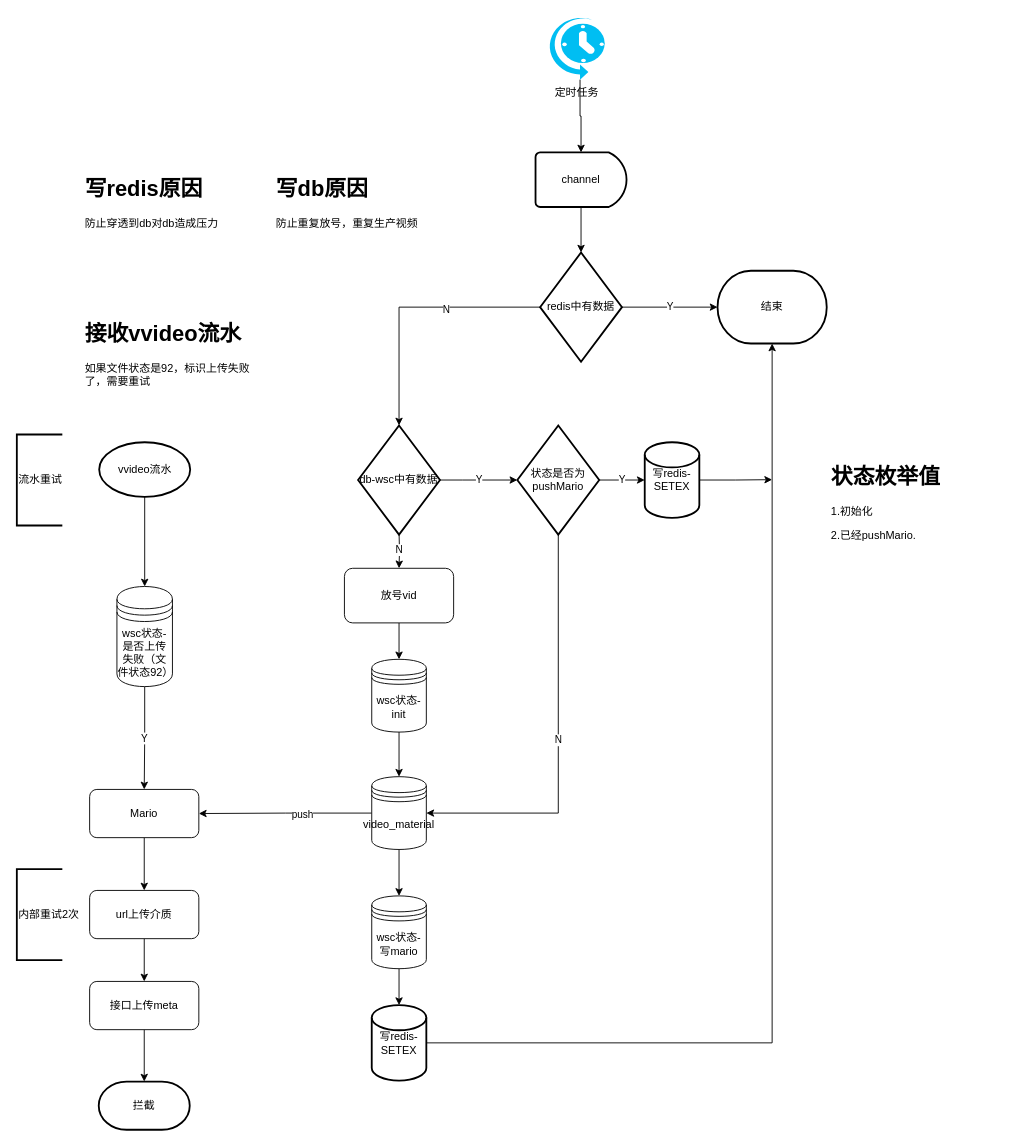
lixiangdaqian/diagrams keeps this draw.io diagram as WSC迁移.drawio. Above is the earlier version. Source tidied: cells renumbered, new cells numbered last; positions are measured from the earlier drawing's top-left corner, leaving out a move shared by most shapes. Both pictures are drawn from the tidied source at 91%, with x=0, y=0 at pixel (16, 15).
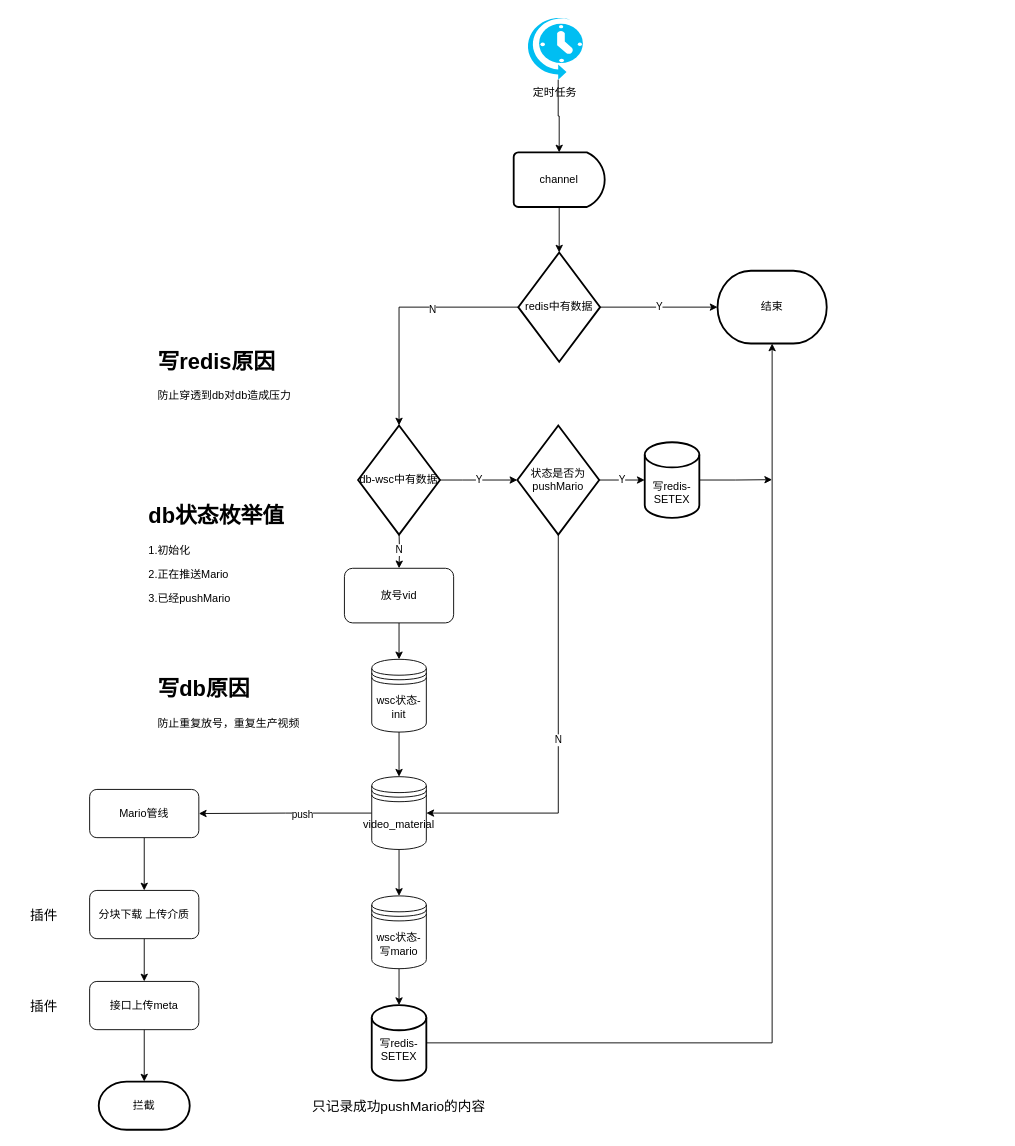
After the change.

Change to the diagram source:
```diff
@@
     <mxCell id="3" value="定时任务" style="verticalLabelPosition=bottom;html=1;verticalAlign=top;align=center;strokeColor=none;fillColor=#00BEF2;shape=mxgraph.azure.scheduler;" parent="1" vertex="1">
-      <mxGeometry x="583" width="63" height="70" as="geometry" />
+      <mxGeometry x="559" width="63" height="70" as="geometry" />
     </mxCell>
@@
-    <mxCell id="14" value="Mario" style="rounded=1;whiteSpace=wrap;html=1;" parent="1" vertex="1">
+    <mxCell id="14" value="Mario管线" style="rounded=1;whiteSpace=wrap;html=1;" parent="1" vertex="1">
       <mxGeometry x="80" y="850" width="120" height="53" as="geometry" />
     </mxCell>
@@
-    <mxCell id="16" value="写redis-SETEX" style="strokeWidth=2;html=1;shape=mxgraph.flowchart.database;whiteSpace=wrap;" parent="1" vertex="1">
+    <mxCell id="16" value="&lt;br&gt;写redis-SETEX" style="strokeWidth=2;html=1;shape=mxgraph.flowchart.database;whiteSpace=wrap;" parent="1" vertex="1">
       <mxGeometry x="390" y="1087" width="60" height="83" as="geometry" />
     </mxCell>
@@
-    <mxCell id="20" value="url上传介质" style="rounded=1;whiteSpace=wrap;html=1;" parent="1" vertex="1">
+    <mxCell id="20" value="分块下载 上传介质" style="rounded=1;whiteSpace=wrap;html=1;" parent="1" vertex="1">
       <mxGeometry x="80" y="961" width="120" height="53" as="geometry" />
     </mxCell>
@@
     <mxCell id="28" value="redis中有数据" style="strokeWidth=2;html=1;shape=mxgraph.flowchart.decision;whiteSpace=wrap;" parent="1" vertex="1">
-      <mxGeometry x="575" y="260" width="90" height="120" as="geometry" />
+      <mxGeometry x="551" y="260" width="90" height="120" as="geometry" />
     </mxCell>
@@
-    <mxCell id="35" value="写redis-SETEX" style="strokeWidth=2;html=1;shape=mxgraph.flowchart.database;whiteSpace=wrap;" parent="1" vertex="1">
+    <mxCell id="35" value="&lt;br&gt;&lt;br&gt;写redis-SETEX" style="strokeWidth=2;html=1;shape=mxgraph.flowchart.database;whiteSpace=wrap;" parent="1" vertex="1">
       <mxGeometry x="690" y="468.5" width="60" height="83" as="geometry" />
     </mxCell>
-    <mxCell id="36" value="&lt;h1&gt;状态枚举值&lt;/h1&gt;&lt;p&gt;1.初始化&lt;/p&gt;&lt;p&gt;2.已经pushMario.&lt;/p&gt;" style="text;html=1;strokeColor=none;fillColor=none;spacing=5;spacingTop=-20;whiteSpace=wrap;overflow=hidden;rounded=0;" parent="1" vertex="1">
-      <mxGeometry x="890" y="487" width="190" height="120" as="geometry" />
+    <mxCell id="36" value="&lt;h1&gt;db状态枚举值&lt;/h1&gt;&lt;p&gt;1.初始化&lt;/p&gt;&lt;p&gt;2.正在推送Mario&lt;/p&gt;&lt;p&gt;3.已经pushMario&lt;/p&gt;" style="text;html=1;strokeColor=none;fillColor=none;spacing=5;spacingTop=-20;whiteSpace=wrap;overflow=hidden;rounded=0;" parent="1" vertex="1">
+      <mxGeometry x="140" y="530" width="190" height="120" as="geometry" />
     </mxCell>
     <mxCell id="37" value="&lt;h1&gt;写db原因&lt;/h1&gt;&lt;p&gt;防止重复放号，重复生产视频&lt;/p&gt;" style="text;html=1;strokeColor=none;fillColor=none;spacing=5;spacingTop=-20;whiteSpace=wrap;overflow=hidden;rounded=0;" parent="1" vertex="1">
-      <mxGeometry x="280" y="170" width="190" height="120" as="geometry" />
+      <mxGeometry x="150" y="720" width="190" height="120" as="geometry" />
     </mxCell>
     <mxCell id="38" value="&lt;h1&gt;写redis原因&lt;/h1&gt;&lt;p&gt;防止穿透到db对db造成压力&lt;/p&gt;" style="text;html=1;strokeColor=none;fillColor=none;spacing=5;spacingTop=-20;whiteSpace=wrap;overflow=hidden;rounded=0;" parent="1" vertex="1">
-      <mxGeometry x="70" y="170" width="190" height="120" as="geometry" />
+      <mxGeometry x="150" y="360" width="190" height="120" as="geometry" />
     </mxCell>
-    <mxCell id="39" style="edgeStyle=orthogonalEdgeStyle;rounded=0;jettySize=auto;html=1;exitX=0.5;exitY=1;exitDx=0;exitDy=0;exitPerimeter=0;entryX=0.5;entryY=0;entryDx=0;entryDy=0;" parent="1" edge="1" source="40" target="42">
-      <mxGeometry relative="1" as="geometry" />
-    </mxCell>
-    <mxCell id="40" value="vvideo流水" style="strokeWidth=2;html=1;shape=mxgraph.flowchart.start_1;whiteSpace=wrap;" parent="1" vertex="1">
-      <mxGeometry x="90.5" y="468.5" width="100" height="60" as="geometry" />
-    </mxCell>
-    <mxCell id="41" value="Y" style="edgeStyle=orthogonalEdgeStyle;rounded=0;jettySize=auto;html=1;entryX=0.5;entryY=0;entryDx=0;entryDy=0;" parent="1" edge="1" source="42" target="14">
-      <mxGeometry relative="1" as="geometry" />
-    </mxCell>
-    <mxCell id="42" value="wsc状态-是否上传失败（文件状态92）" style="shape=datastore;whiteSpace=wrap;html=1;fontFamily=Helvetica;fontSize=12;fontColor=default;align=center;strokeColor=default;fillColor=default;" parent="1" vertex="1">
-      <mxGeometry x="110" y="627" width="61" height="110" as="geometry" />
-    </mxCell>
-    <mxCell id="43" value="&lt;h1&gt;接收vvideo流水&lt;/h1&gt;&lt;p&gt;如果文件状态是92，标识上传失败了，需要重试&lt;/p&gt;" style="text;html=1;strokeColor=none;fillColor=none;spacing=5;spacingTop=-20;whiteSpace=wrap;overflow=hidden;rounded=0;" parent="1" vertex="1">
-      <mxGeometry x="70" y="330" width="190" height="120" as="geometry" />
-    </mxCell>
@@
     <mxCell id="45" value="channel" style="strokeWidth=2;html=1;shape=mxgraph.flowchart.delay;whiteSpace=wrap;" parent="1" vertex="1">
-      <mxGeometry x="570" y="150" width="100" height="60" as="geometry" />
+      <mxGeometry x="546" y="150" width="100" height="60" as="geometry" />
     </mxCell>
-    <mxCell id="46" value="内部重试2次" style="strokeWidth=2;html=1;shape=mxgraph.flowchart.annotation_1;align=left;" parent="1" vertex="1">
-      <mxGeometry y="937.5" width="50" height="100" as="geometry" />
-    </mxCell>
-    <mxCell id="47" value="流水重试" style="strokeWidth=2;html=1;shape=mxgraph.flowchart.annotation_1;align=left;" parent="1" vertex="1">
-      <mxGeometry y="460" width="50" height="100" as="geometry" />
-    </mxCell>
+    <mxCell id="48" value="只记录成功pushMario的内容" style="text;html=1;strokeColor=none;fillColor=none;align=center;verticalAlign=middle;whiteSpace=wrap;rounded=0;fontSize=15;" parent="1" vertex="1">
+      <mxGeometry x="310" y="1184.5" width="220" height="26" as="geometry" />
+    </mxCell>
+    <mxCell id="49" value="插件" style="text;html=1;strokeColor=none;fillColor=none;align=center;verticalAlign=middle;whiteSpace=wrap;rounded=0;fontSize=15;" parent="1" vertex="1">
+      <mxGeometry y="973" width="60" height="30" as="geometry" />
+    </mxCell>
+    <mxCell id="50" value="插件" style="text;html=1;strokeColor=none;fillColor=none;align=center;verticalAlign=middle;whiteSpace=wrap;rounded=0;fontSize=15;" parent="1" vertex="1">
+      <mxGeometry y="1072.5" width="60" height="30" as="geometry" />
+    </mxCell>
```
